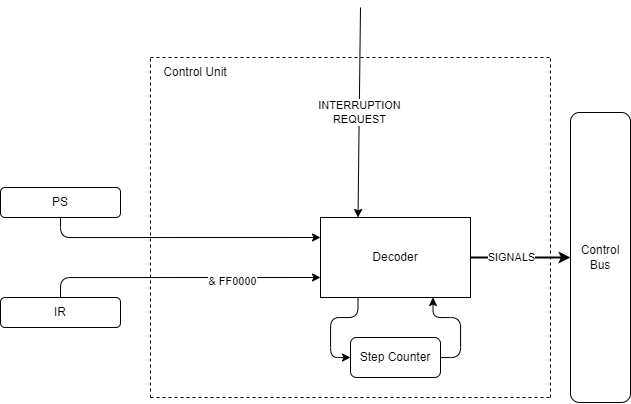
Above: docs/control-unit.png in artem961/csa-lab-4 (draw.io), before the change. Source tidied: cells renumbered, new cells last; positions are measured from the earlier drawing's top-left corner, leaving out a move shared by most shapes. Its diagram source:
```xml
<mxGraphModel>
  <root>
    <mxCell id="0" />
    <mxCell id="1" parent="0" />
    <mxCell id="2" value="Control Unit" style="text;html=1;align=center;verticalAlign=middle;whiteSpace=wrap;rounded=0;" parent="1" vertex="1">
      <mxGeometry x="100" y="50" width="190" height="30" as="geometry" />
    </mxCell>
    <mxCell id="3" style="edgeStyle=orthogonalEdgeStyle;rounded=1;jettySize=auto;html=1;entryX=0;entryY=0.5;entryDx=0;entryDy=0;exitX=0.25;exitY=1;exitDx=0;exitDy=0;curved=0;" parent="1" edge="1" source="6" target="18">
      <mxGeometry relative="1" as="geometry" />
    </mxCell>
    <mxCell id="4" style="edgeStyle=orthogonalEdgeStyle;rounded=0;jettySize=auto;html=1;entryX=0;entryY=0.5;entryDx=0;entryDy=0;strokeWidth=2;" parent="1" edge="1" source="6" target="14">
      <mxGeometry relative="1" as="geometry" />
    </mxCell>
    <mxCell id="5" value="SIGNALS" style="edgeLabel;html=1;align=center;verticalAlign=middle;" parent="4" vertex="1">
      <mxGeometry x="-0.21" y="1" relative="1" as="geometry" />
    </mxCell>
    <mxCell id="6" value="Decoder" style="rounded=0;whiteSpace=wrap;html=1;" parent="1" vertex="1">
      <mxGeometry x="320" y="210" width="150" height="80" as="geometry" />
    </mxCell>
    <mxCell id="7" style="endArrow=none;dashed=1;html=1;rounded=0;" parent="1" edge="1">
      <mxGeometry relative="1" as="geometry">
        <mxPoint x="150" y="390" as="sourcePoint" />
        <mxPoint x="150" y="50" as="targetPoint" />
      </mxGeometry>
    </mxCell>
    <mxCell id="8" style="endArrow=none;dashed=1;html=1;rounded=0;" parent="1" edge="1">
      <mxGeometry relative="1" as="geometry">
        <mxPoint x="550" y="390" as="sourcePoint" />
        <mxPoint x="550" y="50" as="targetPoint" />
      </mxGeometry>
    </mxCell>
    <mxCell id="9" style="endArrow=none;dashed=1;html=1;rounded=0;" parent="1" edge="1">
      <mxGeometry relative="1" as="geometry">
        <mxPoint x="150" y="390" as="sourcePoint" />
        <mxPoint x="550" y="390" as="targetPoint" />
      </mxGeometry>
    </mxCell>
    <mxCell id="10" style="endArrow=none;dashed=1;html=1;rounded=0;" parent="1" edge="1">
      <mxGeometry relative="1" as="geometry">
        <mxPoint x="150" y="50" as="sourcePoint" />
        <mxPoint x="550" y="50" as="targetPoint" />
      </mxGeometry>
    </mxCell>
    <mxCell id="11" style="edgeStyle=orthogonalEdgeStyle;rounded=1;jettySize=auto;html=1;entryX=0;entryY=0.75;entryDx=0;entryDy=0;curved=0;exitX=0.5;exitY=0;exitDx=0;exitDy=0;" parent="1" edge="1" source="13" target="6">
      <mxGeometry relative="1" as="geometry">
        <Array as="points">
          <mxPoint x="60" y="270" />
        </Array>
      </mxGeometry>
    </mxCell>
    <mxCell id="12" value="&amp;amp; FF0000" style="edgeLabel;html=1;align=center;verticalAlign=middle;" parent="11" vertex="1">
      <mxGeometry x="0.37" y="-3" relative="1" as="geometry" />
    </mxCell>
    <mxCell id="13" value="IR" style="rounded=1;whiteSpace=wrap;html=1;" parent="1" vertex="1">
      <mxGeometry y="290" width="120" height="30" as="geometry" />
    </mxCell>
    <mxCell id="14" value="Control Bus" style="rounded=1;whiteSpace=wrap;html=1;" parent="1" vertex="1">
      <mxGeometry x="570" y="105" width="60" height="290" as="geometry" />
    </mxCell>
    <mxCell id="15" style="edgeStyle=orthogonalEdgeStyle;rounded=1;jettySize=auto;html=1;entryX=0;entryY=0.25;entryDx=0;entryDy=0;curved=0;exitX=0.5;exitY=1;exitDx=0;exitDy=0;" parent="1" edge="1" source="16" target="6">
      <mxGeometry relative="1" as="geometry" />
    </mxCell>
    <mxCell id="16" value="PS" style="rounded=1;whiteSpace=wrap;html=1;" parent="1" vertex="1">
      <mxGeometry y="180" width="120" height="30" as="geometry" />
    </mxCell>
    <mxCell id="17" style="edgeStyle=orthogonalEdgeStyle;rounded=1;jettySize=auto;html=1;entryX=0.75;entryY=1;entryDx=0;entryDy=0;exitX=1;exitY=0.5;exitDx=0;exitDy=0;curved=0;" parent="1" edge="1" source="18" target="6">
      <mxGeometry relative="1" as="geometry" />
    </mxCell>
    <mxCell id="18" value="Step Counter" style="rounded=1;whiteSpace=wrap;html=1;" parent="1" vertex="1">
      <mxGeometry x="350" y="330" width="90" height="40" as="geometry" />
    </mxCell>
    <mxCell id="19" value="INTERRUPTION&lt;div&gt;REQUEST&lt;/div&gt;" style="endArrow=classic;html=1;rounded=0;entryX=0.25;entryY=0;entryDx=0;entryDy=0;strokeWidth=1;" parent="1" edge="1" target="6">
      <mxGeometry relative="1" as="geometry">
        <mxPoint x="360" as="sourcePoint" />
      </mxGeometry>
    </mxCell>
  </root>
</mxGraphModel>
```
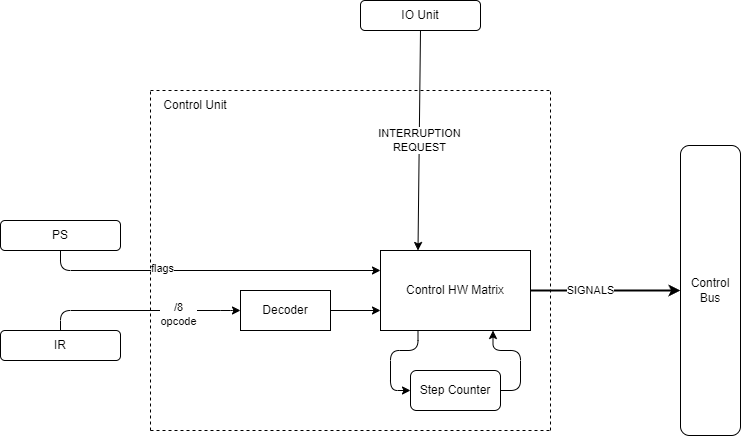
After the change.

Change to the diagram source:
```diff
@@ -1,4 +1,4 @@
-<mxGraphModel>
+<mxGraphModel background="#ffffff">
   <root>
     <mxCell id="0" />
     <mxCell id="1" parent="0" />
@@ -8,14 +8,19 @@
     <mxCell id="3" style="edgeStyle=orthogonalEdgeStyle;rounded=1;jettySize=auto;html=1;entryX=0;entryY=0.5;entryDx=0;entryDy=0;exitX=0.25;exitY=1;exitDx=0;exitDy=0;curved=0;" parent="1" edge="1" source="6" target="18">
       <mxGeometry relative="1" as="geometry" />
     </mxCell>
-    <mxCell id="4" style="edgeStyle=orthogonalEdgeStyle;rounded=0;jettySize=auto;html=1;entryX=0;entryY=0.5;entryDx=0;entryDy=0;strokeWidth=2;" parent="1" edge="1" source="6" target="14">
-      <mxGeometry relative="1" as="geometry" />
+    <mxCell id="4" style="edgeStyle=orthogonalEdgeStyle;rounded=0;jettySize=auto;html=1;entryX=0;entryY=0.5;entryDx=0;entryDy=0;strokeWidth=2;exitX=1;exitY=0.5;exitDx=0;exitDy=0;" parent="1" edge="1" source="6" target="14">
+      <mxGeometry relative="1" as="geometry">
+        <Array as="points">
+          <mxPoint x="680" y="250" />
+          <mxPoint x="680" y="250" />
+        </Array>
+      </mxGeometry>
     </mxCell>
     <mxCell id="5" value="SIGNALS" style="edgeLabel;html=1;align=center;verticalAlign=middle;" parent="4" vertex="1">
       <mxGeometry x="-0.21" y="1" relative="1" as="geometry" />
     </mxCell>
-    <mxCell id="6" value="Decoder" style="rounded=0;whiteSpace=wrap;html=1;" parent="1" vertex="1">
-      <mxGeometry x="320" y="210" width="150" height="80" as="geometry" />
+    <mxCell id="6" value="Control HW Matrix" style="rounded=0;whiteSpace=wrap;html=1;" parent="1" vertex="1">
+      <mxGeometry x="380" y="210" width="150" height="80" as="geometry" />
     </mxCell>
     <mxCell id="7" style="endArrow=none;dashed=1;html=1;rounded=0;" parent="1" edge="1">
       <mxGeometry relative="1" as="geometry">
@@ -41,25 +46,29 @@
         <mxPoint x="550" y="50" as="targetPoint" />
       </mxGeometry>
     </mxCell>
-    <mxCell id="11" style="edgeStyle=orthogonalEdgeStyle;rounded=1;jettySize=auto;html=1;entryX=0;entryY=0.75;entryDx=0;entryDy=0;curved=0;exitX=0.5;exitY=0;exitDx=0;exitDy=0;" parent="1" edge="1" source="13" target="6">
+    <mxCell id="11" style="edgeStyle=orthogonalEdgeStyle;rounded=1;jettySize=auto;html=1;entryX=0;entryY=0.5;entryDx=0;entryDy=0;curved=0;exitX=0.5;exitY=0;exitDx=0;exitDy=0;" parent="1" edge="1" source="13" target="22">
       <mxGeometry relative="1" as="geometry">
         <Array as="points">
           <mxPoint x="60" y="270" />
+          <mxPoint x="230" y="270" />
         </Array>
       </mxGeometry>
     </mxCell>
-    <mxCell id="12" value="&amp;amp; FF0000" style="edgeLabel;html=1;align=center;verticalAlign=middle;" parent="11" vertex="1">
+    <mxCell id="12" value="/8&lt;div&gt;opcode&lt;/div&gt;" style="edgeLabel;html=1;align=center;verticalAlign=middle;" parent="11" vertex="1">
       <mxGeometry x="0.37" y="-3" relative="1" as="geometry" />
     </mxCell>
     <mxCell id="13" value="IR" style="rounded=1;whiteSpace=wrap;html=1;" parent="1" vertex="1">
       <mxGeometry y="290" width="120" height="30" as="geometry" />
     </mxCell>
     <mxCell id="14" value="Control Bus" style="rounded=1;whiteSpace=wrap;html=1;" parent="1" vertex="1">
-      <mxGeometry x="570" y="105" width="60" height="290" as="geometry" />
+      <mxGeometry x="680" y="105" width="60" height="290" as="geometry" />
     </mxCell>
     <mxCell id="15" style="edgeStyle=orthogonalEdgeStyle;rounded=1;jettySize=auto;html=1;entryX=0;entryY=0.25;entryDx=0;entryDy=0;curved=0;exitX=0.5;exitY=1;exitDx=0;exitDy=0;" parent="1" edge="1" source="16" target="6">
       <mxGeometry relative="1" as="geometry" />
     </mxCell>
+    <mxCell id="20" value="flags" style="edgeLabel;html=1;align=center;verticalAlign=middle;" parent="15" vertex="1">
+      <mxGeometry x="-0.29" y="3" relative="1" as="geometry" />
+    </mxCell>
     <mxCell id="16" value="PS" style="rounded=1;whiteSpace=wrap;html=1;" parent="1" vertex="1">
       <mxGeometry y="180" width="120" height="30" as="geometry" />
     </mxCell>
@@ -67,12 +76,19 @@
       <mxGeometry relative="1" as="geometry" />
     </mxCell>
     <mxCell id="18" value="Step Counter" style="rounded=1;whiteSpace=wrap;html=1;" parent="1" vertex="1">
-      <mxGeometry x="350" y="330" width="90" height="40" as="geometry" />
+      <mxGeometry x="410" y="330" width="90" height="40" as="geometry" />
     </mxCell>
-    <mxCell id="19" value="INTERRUPTION&lt;div&gt;REQUEST&lt;/div&gt;" style="endArrow=classic;html=1;rounded=0;entryX=0.25;entryY=0;entryDx=0;entryDy=0;strokeWidth=1;" parent="1" edge="1" target="6">
-      <mxGeometry relative="1" as="geometry">
-        <mxPoint x="360" as="sourcePoint" />
-      </mxGeometry>
+    <mxCell id="19" value="INTERRUPTION&lt;div&gt;REQUEST&lt;/div&gt;" style="endArrow=classic;html=1;rounded=0;entryX=0.25;entryY=0;entryDx=0;entryDy=0;strokeWidth=1;exitX=0.5;exitY=1;exitDx=0;exitDy=0;" parent="1" edge="1" source="23" target="6">
+      <mxGeometry relative="1" as="geometry" />
     </mxCell>
+    <mxCell id="21" style="edgeStyle=orthogonalEdgeStyle;rounded=0;jettySize=auto;html=1;entryX=0;entryY=0.75;entryDx=0;entryDy=0;" parent="1" edge="1" source="22" target="6">
+      <mxGeometry relative="1" as="geometry" />
+    </mxCell>
+    <mxCell id="22" value="Decoder" style="rounded=0;whiteSpace=wrap;html=1;" parent="1" vertex="1">
+      <mxGeometry x="240" y="250" width="90" height="40" as="geometry" />
+    </mxCell>
+    <mxCell id="23" value="IO Unit" style="rounded=1;whiteSpace=wrap;html=1;" parent="1" vertex="1">
+      <mxGeometry x="360" y="-40" width="120" height="30" as="geometry" />
+    </mxCell>
   </root>
 </mxGraphModel>
```
